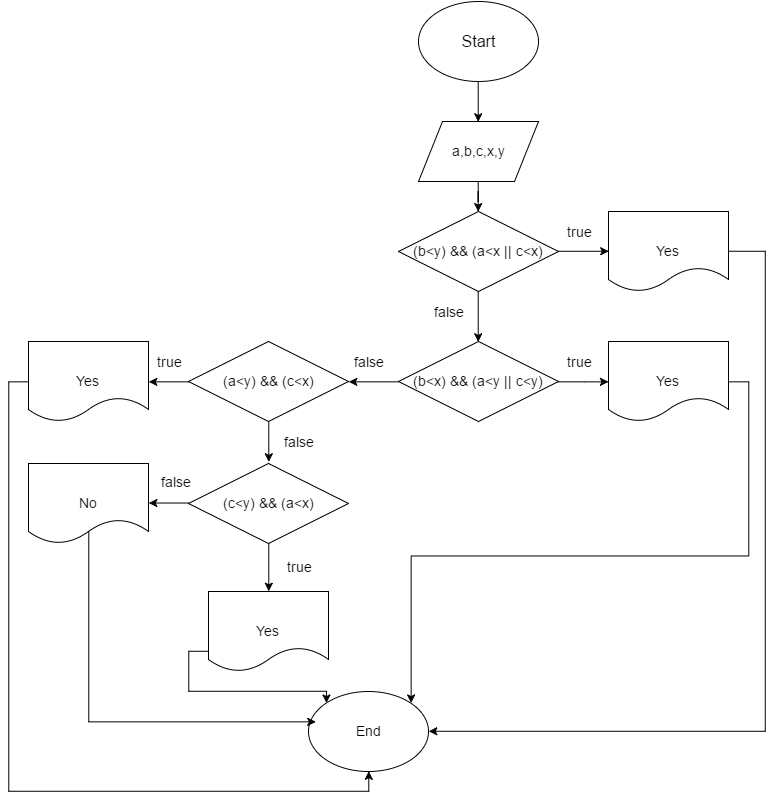
Above: fourth.png in LiM10/25.01.2017 (draw.io), before the change. Source tidied: cells renumbered, new cells last; positions are measured from the earlier drawing's top-left corner, leaving out a move shared by most shapes. Source of this version:
```xml
<mxGraphModel background="#ffffff">
  <root>
    <mxCell id="0" />
    <mxCell id="1" parent="0" />
    <mxCell id="2" style="edgeStyle=orthogonalEdgeStyle;rounded=0;html=1;exitX=0.5;exitY=1;entryX=0.5;entryY=0;jettySize=auto;fontSize=14;" parent="1" edge="1" source="3" target="5">
      <mxGeometry relative="1" as="geometry" />
    </mxCell>
    <mxCell id="3" value="&lt;font style=&quot;font-size: 16px&quot;&gt;Start&lt;/font&gt;" style="ellipse;whiteSpace=wrap;html=1;fontSize=14;" parent="1" vertex="1">
      <mxGeometry x="390" width="120" height="80" as="geometry" />
    </mxCell>
    <mxCell id="4" style="edgeStyle=orthogonalEdgeStyle;rounded=0;html=1;jettySize=auto;fontSize=14;" parent="1" edge="1" source="5" target="17">
      <mxGeometry relative="1" as="geometry" />
    </mxCell>
    <mxCell id="5" value="a,b,c,x,y" style="shape=parallelogram;whiteSpace=wrap;html=1;fontSize=14;" parent="1" vertex="1">
      <mxGeometry x="390" y="120" width="120" height="60" as="geometry" />
    </mxCell>
    <mxCell id="6" style="edgeStyle=orthogonalEdgeStyle;rounded=0;html=1;exitX=0;exitY=0.5;entryX=1;entryY=0.5;jettySize=auto;fontSize=14;" parent="1" edge="1" source="8" target="34">
      <mxGeometry relative="1" as="geometry" />
    </mxCell>
    <mxCell id="7" style="edgeStyle=orthogonalEdgeStyle;rounded=0;html=1;exitX=0.5;exitY=1;entryX=0.5;entryY=0;jettySize=auto;fontSize=14;" parent="1" edge="1" source="8" target="32">
      <mxGeometry relative="1" as="geometry" />
    </mxCell>
    <mxCell id="8" value="(c&amp;lt;y) &amp;amp;&amp;amp; (a&amp;lt;x)" style="rhombus;whiteSpace=wrap;html=1;fontSize=14;" parent="1" vertex="1">
      <mxGeometry x="160" y="462" width="160" height="80" as="geometry" />
    </mxCell>
    <mxCell id="9" style="edgeStyle=orthogonalEdgeStyle;rounded=0;html=1;exitX=0.5;exitY=1;jettySize=auto;fontSize=14;" parent="1" edge="1" source="11">
      <mxGeometry relative="1" as="geometry">
        <mxPoint x="240" y="460" as="targetPoint" />
      </mxGeometry>
    </mxCell>
    <mxCell id="10" style="edgeStyle=orthogonalEdgeStyle;rounded=0;html=1;exitX=0;exitY=0.5;entryX=1;entryY=0.5;jettySize=auto;fontSize=14;" parent="1" edge="1" source="11" target="30">
      <mxGeometry relative="1" as="geometry" />
    </mxCell>
    <mxCell id="11" value="(a&amp;lt;y) &amp;amp;&amp;amp; (c&amp;lt;x)" style="rhombus;whiteSpace=wrap;html=1;fontSize=14;" parent="1" vertex="1">
      <mxGeometry x="160" y="340" width="160" height="80" as="geometry" />
    </mxCell>
    <mxCell id="12" style="edgeStyle=orthogonalEdgeStyle;rounded=0;html=1;exitX=1;exitY=0.5;jettySize=auto;fontSize=14;" parent="1" edge="1" source="14" target="21">
      <mxGeometry relative="1" as="geometry" />
    </mxCell>
    <mxCell id="13" style="edgeStyle=orthogonalEdgeStyle;rounded=0;html=1;exitX=0;exitY=0.5;entryX=1;entryY=0.5;jettySize=auto;fontSize=14;" parent="1" edge="1" source="14" target="11">
      <mxGeometry relative="1" as="geometry" />
    </mxCell>
    <mxCell id="14" value="(b&amp;lt;x) &amp;amp;&amp;amp; (a&amp;lt;y || c&amp;lt;y)" style="rhombus;whiteSpace=wrap;html=1;fontSize=14;" parent="1" vertex="1">
      <mxGeometry x="370" y="340" width="160" height="80" as="geometry" />
    </mxCell>
    <mxCell id="15" style="edgeStyle=orthogonalEdgeStyle;rounded=0;html=1;exitX=0.5;exitY=1;entryX=0.5;entryY=0;jettySize=auto;fontSize=14;" parent="1" edge="1" source="17" target="14">
      <mxGeometry relative="1" as="geometry" />
    </mxCell>
    <mxCell id="16" style="edgeStyle=orthogonalEdgeStyle;rounded=0;html=1;exitX=1;exitY=0.5;entryX=0;entryY=0.5;jettySize=auto;fontSize=14;" parent="1" edge="1" source="17" target="19">
      <mxGeometry relative="1" as="geometry" />
    </mxCell>
    <mxCell id="17" value="(b&amp;lt;y) &amp;amp;&amp;amp; (a&amp;lt;x || c&amp;lt;x)" style="rhombus;whiteSpace=wrap;html=1;fontSize=14;" parent="1" vertex="1">
      <mxGeometry x="370" y="210" width="160" height="80" as="geometry" />
    </mxCell>
    <mxCell id="18" style="edgeStyle=orthogonalEdgeStyle;rounded=0;html=1;exitX=1;exitY=0.5;entryX=1;entryY=0.5;jettySize=auto;fontSize=14;" parent="1" edge="1" source="19" target="28">
      <mxGeometry relative="1" as="geometry">
        <Array as="points">
          <mxPoint x="737" y="250" />
          <mxPoint x="737" y="730" />
        </Array>
      </mxGeometry>
    </mxCell>
    <mxCell id="19" value="Yes" style="shape=document;whiteSpace=wrap;html=1;fontSize=14;" parent="1" vertex="1">
      <mxGeometry x="580" y="210" width="120" height="80" as="geometry" />
    </mxCell>
    <mxCell id="20" style="edgeStyle=orthogonalEdgeStyle;rounded=0;html=1;exitX=1;exitY=0.5;entryX=1;entryY=0;jettySize=auto;fontSize=14;" parent="1" edge="1" source="21" target="28">
      <mxGeometry relative="1" as="geometry" />
    </mxCell>
    <mxCell id="21" value="Yes" style="shape=document;whiteSpace=wrap;html=1;fontSize=14;" parent="1" vertex="1">
      <mxGeometry x="580" y="340" width="120" height="80" as="geometry" />
    </mxCell>
    <mxCell id="22" value="true" style="text;html=1;strokeColor=none;fillColor=none;align=center;verticalAlign=middle;whiteSpace=wrap;fontSize=14;" parent="1" vertex="1">
      <mxGeometry x="530" y="220" width="40" height="20" as="geometry" />
    </mxCell>
    <mxCell id="23" value="true" style="text;html=1;strokeColor=none;fillColor=none;align=center;verticalAlign=middle;whiteSpace=wrap;fontSize=14;" parent="1" vertex="1">
      <mxGeometry x="530" y="350" width="40" height="20" as="geometry" />
    </mxCell>
    <mxCell id="24" value="true" style="text;html=1;strokeColor=none;fillColor=none;align=center;verticalAlign=middle;whiteSpace=wrap;fontSize=14;" parent="1" vertex="1">
      <mxGeometry x="120" y="350" width="40" height="20" as="geometry" />
    </mxCell>
    <mxCell id="25" value="false" style="text;html=1;strokeColor=none;fillColor=none;align=center;verticalAlign=middle;whiteSpace=wrap;fontSize=14;" parent="1" vertex="1">
      <mxGeometry x="400" y="300" width="40" height="20" as="geometry" />
    </mxCell>
    <mxCell id="26" value="false" style="text;html=1;strokeColor=none;fillColor=none;align=center;verticalAlign=middle;whiteSpace=wrap;fontSize=14;" parent="1" vertex="1">
      <mxGeometry x="320" y="350" width="40" height="20" as="geometry" />
    </mxCell>
    <mxCell id="27" value="false" style="text;html=1;strokeColor=none;fillColor=none;align=center;verticalAlign=middle;whiteSpace=wrap;fontSize=14;" parent="1" vertex="1">
      <mxGeometry x="250" y="430" width="40" height="20" as="geometry" />
    </mxCell>
    <mxCell id="28" value="End" style="ellipse;whiteSpace=wrap;html=1;fontSize=14;" parent="1" vertex="1">
      <mxGeometry x="280" y="690" width="120" height="80" as="geometry" />
    </mxCell>
    <mxCell id="29" style="edgeStyle=orthogonalEdgeStyle;rounded=0;html=1;exitX=0;exitY=0.5;entryX=0.5;entryY=1;jettySize=auto;fontSize=14;" parent="1" edge="1" source="30" target="28">
      <mxGeometry relative="1" as="geometry" />
    </mxCell>
    <mxCell id="30" value="Yes" style="shape=document;whiteSpace=wrap;html=1;fontSize=14;" parent="1" vertex="1">
      <mxGeometry y="340" width="120" height="80" as="geometry" />
    </mxCell>
    <mxCell id="31" style="edgeStyle=orthogonalEdgeStyle;rounded=0;html=1;exitX=0;exitY=0.75;entryX=0;entryY=0;jettySize=auto;fontSize=14;" parent="1" edge="1" source="32" target="28">
      <mxGeometry relative="1" as="geometry">
        <Array as="points">
          <mxPoint x="160" y="650" />
          <mxPoint x="160" y="690" />
          <mxPoint x="298" y="690" />
        </Array>
      </mxGeometry>
    </mxCell>
    <mxCell id="32" value="Yes" style="shape=document;whiteSpace=wrap;html=1;fontSize=14;" parent="1" vertex="1">
      <mxGeometry x="180" y="590" width="120" height="80" as="geometry" />
    </mxCell>
    <mxCell id="33" style="edgeStyle=orthogonalEdgeStyle;rounded=0;html=1;exitX=0;exitY=0.75;jettySize=auto;fontSize=14;entryX=0.058;entryY=0.379;entryPerimeter=0;" parent="1" edge="1" source="34" target="28">
      <mxGeometry relative="1" as="geometry">
        <Array as="points">
          <mxPoint x="60" y="522" />
          <mxPoint x="60" y="720" />
        </Array>
      </mxGeometry>
    </mxCell>
    <mxCell id="34" value="No" style="shape=document;whiteSpace=wrap;html=1;fontSize=14;" parent="1" vertex="1">
      <mxGeometry y="462" width="120" height="80" as="geometry" />
    </mxCell>
    <mxCell id="35" value="true" style="text;html=1;strokeColor=none;fillColor=none;align=center;verticalAlign=middle;whiteSpace=wrap;fontSize=14;" parent="1" vertex="1">
      <mxGeometry x="250" y="555" width="40" height="20" as="geometry" />
    </mxCell>
    <mxCell id="36" value="false" style="text;html=1;strokeColor=none;fillColor=none;align=center;verticalAlign=middle;whiteSpace=wrap;fontSize=14;" parent="1" vertex="1">
      <mxGeometry x="127" y="470" width="40" height="20" as="geometry" />
    </mxCell>
    <mxCell id="37" style="edgeStyle=orthogonalEdgeStyle;rounded=0;html=1;exitX=1;exitY=0.75;entryX=1;entryY=0.75;jettySize=auto;orthogonalLoop=1;fontSize=14;" parent="1" edge="1" source="34" target="34">
      <mxGeometry relative="1" as="geometry" />
    </mxCell>
    <mxCell id="38" style="edgeStyle=orthogonalEdgeStyle;rounded=0;html=1;exitX=1;exitY=0.5;entryX=1;entryY=0.5;jettySize=auto;orthogonalLoop=1;fontSize=14;" parent="1" edge="1" source="32" target="32">
      <mxGeometry relative="1" as="geometry" />
    </mxCell>
  </root>
</mxGraphModel>
```
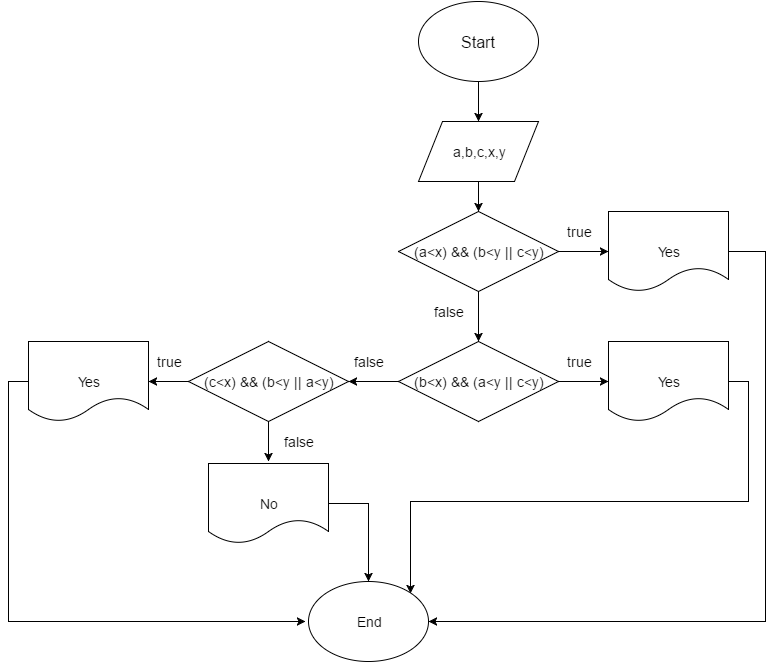
Later version of the same file.

Commit message:
new fourth task

Diff of the diagram source:
```diff
@@ -14,15 +14,6 @@
     <mxCell id="5" value="a,b,c,x,y" style="shape=parallelogram;whiteSpace=wrap;html=1;fontSize=14;" parent="1" vertex="1">
       <mxGeometry x="390" y="120" width="120" height="60" as="geometry" />
     </mxCell>
-    <mxCell id="6" style="edgeStyle=orthogonalEdgeStyle;rounded=0;html=1;exitX=0;exitY=0.5;entryX=1;entryY=0.5;jettySize=auto;fontSize=14;" parent="1" edge="1" source="8" target="34">
-      <mxGeometry relative="1" as="geometry" />
-    </mxCell>
-    <mxCell id="7" style="edgeStyle=orthogonalEdgeStyle;rounded=0;html=1;exitX=0.5;exitY=1;entryX=0.5;entryY=0;jettySize=auto;fontSize=14;" parent="1" edge="1" source="8" target="32">
-      <mxGeometry relative="1" as="geometry" />
-    </mxCell>
-    <mxCell id="8" value="(c&amp;lt;y) &amp;amp;&amp;amp; (a&amp;lt;x)" style="rhombus;whiteSpace=wrap;html=1;fontSize=14;" parent="1" vertex="1">
-      <mxGeometry x="160" y="462" width="160" height="80" as="geometry" />
-    </mxCell>
     <mxCell id="9" style="edgeStyle=orthogonalEdgeStyle;rounded=0;html=1;exitX=0.5;exitY=1;jettySize=auto;fontSize=14;" parent="1" edge="1" source="11">
       <mxGeometry relative="1" as="geometry">
         <mxPoint x="240" y="460" as="targetPoint" />
@@ -31,7 +22,7 @@
     <mxCell id="10" style="edgeStyle=orthogonalEdgeStyle;rounded=0;html=1;exitX=0;exitY=0.5;entryX=1;entryY=0.5;jettySize=auto;fontSize=14;" parent="1" edge="1" source="11" target="30">
       <mxGeometry relative="1" as="geometry" />
     </mxCell>
-    <mxCell id="11" value="(a&amp;lt;y) &amp;amp;&amp;amp; (c&amp;lt;x)" style="rhombus;whiteSpace=wrap;html=1;fontSize=14;" parent="1" vertex="1">
+    <mxCell id="11" value="(c&amp;lt;x) &amp;amp;&amp;amp; (b&amp;lt;y || a&amp;lt;y)" style="rhombus;whiteSpace=wrap;html=1;fontSize=14;" parent="1" vertex="1">
       <mxGeometry x="160" y="340" width="160" height="80" as="geometry" />
     </mxCell>
     <mxCell id="12" style="edgeStyle=orthogonalEdgeStyle;rounded=0;html=1;exitX=1;exitY=0.5;jettySize=auto;fontSize=14;" parent="1" edge="1" source="14" target="21">
@@ -49,14 +40,14 @@
     <mxCell id="16" style="edgeStyle=orthogonalEdgeStyle;rounded=0;html=1;exitX=1;exitY=0.5;entryX=0;entryY=0.5;jettySize=auto;fontSize=14;" parent="1" edge="1" source="17" target="19">
       <mxGeometry relative="1" as="geometry" />
     </mxCell>
-    <mxCell id="17" value="(b&amp;lt;y) &amp;amp;&amp;amp; (a&amp;lt;x || c&amp;lt;x)" style="rhombus;whiteSpace=wrap;html=1;fontSize=14;" parent="1" vertex="1">
+    <mxCell id="17" value="(a&amp;lt;x) &amp;amp;&amp;amp; (b&amp;lt;y || c&amp;lt;y)" style="rhombus;whiteSpace=wrap;html=1;fontSize=14;" parent="1" vertex="1">
       <mxGeometry x="370" y="210" width="160" height="80" as="geometry" />
     </mxCell>
     <mxCell id="18" style="edgeStyle=orthogonalEdgeStyle;rounded=0;html=1;exitX=1;exitY=0.5;entryX=1;entryY=0.5;jettySize=auto;fontSize=14;" parent="1" edge="1" source="19" target="28">
       <mxGeometry relative="1" as="geometry">
         <Array as="points">
           <mxPoint x="737" y="250" />
-          <mxPoint x="737" y="730" />
+          <mxPoint x="737" y="620" />
         </Array>
       </mxGeometry>
     </mxCell>
@@ -88,48 +79,34 @@
       <mxGeometry x="250" y="430" width="40" height="20" as="geometry" />
     </mxCell>
     <mxCell id="28" value="End" style="ellipse;whiteSpace=wrap;html=1;fontSize=14;" parent="1" vertex="1">
-      <mxGeometry x="280" y="690" width="120" height="80" as="geometry" />
+      <mxGeometry x="280" y="580" width="120" height="80" as="geometry" />
     </mxCell>
-    <mxCell id="29" style="edgeStyle=orthogonalEdgeStyle;rounded=0;html=1;exitX=0;exitY=0.5;entryX=0.5;entryY=1;jettySize=auto;fontSize=14;" parent="1" edge="1" source="30" target="28">
-      <mxGeometry relative="1" as="geometry" />
+    <mxCell id="29" style="edgeStyle=orthogonalEdgeStyle;rounded=0;html=1;exitX=0;exitY=0.5;jettySize=auto;fontSize=14;" parent="1" edge="1" source="30">
+      <mxGeometry relative="1" as="geometry">
+        <mxPoint x="277" y="620" as="targetPoint" />
+        <Array as="points">
+          <mxPoint x="-20" y="380" />
+          <mxPoint x="-20" y="620" />
+        </Array>
+      </mxGeometry>
     </mxCell>
     <mxCell id="30" value="Yes" style="shape=document;whiteSpace=wrap;html=1;fontSize=14;" parent="1" vertex="1">
       <mxGeometry y="340" width="120" height="80" as="geometry" />
     </mxCell>
-    <mxCell id="31" style="edgeStyle=orthogonalEdgeStyle;rounded=0;html=1;exitX=0;exitY=0.75;entryX=0;entryY=0;jettySize=auto;fontSize=14;" parent="1" edge="1" source="32" target="28">
-      <mxGeometry relative="1" as="geometry">
-        <Array as="points">
-          <mxPoint x="160" y="650" />
-          <mxPoint x="160" y="690" />
-          <mxPoint x="298" y="690" />
-        </Array>
-      </mxGeometry>
-    </mxCell>
-    <mxCell id="32" value="Yes" style="shape=document;whiteSpace=wrap;html=1;fontSize=14;" parent="1" vertex="1">
-      <mxGeometry x="180" y="590" width="120" height="80" as="geometry" />
-    </mxCell>
-    <mxCell id="33" style="edgeStyle=orthogonalEdgeStyle;rounded=0;html=1;exitX=0;exitY=0.75;jettySize=auto;fontSize=14;entryX=0.058;entryY=0.379;entryPerimeter=0;" parent="1" edge="1" source="34" target="28">
-      <mxGeometry relative="1" as="geometry">
-        <Array as="points">
-          <mxPoint x="60" y="522" />
-          <mxPoint x="60" y="720" />
-        </Array>
-      </mxGeometry>
+    <mxCell id="33" style="edgeStyle=orthogonalEdgeStyle;rounded=0;html=1;exitX=1;exitY=0.5;entryX=0.5;entryY=0;jettySize=auto;fontSize=14;" parent="1" edge="1" source="34" target="28">
+      <mxGeometry relative="1" as="geometry" />
     </mxCell>
     <mxCell id="34" value="No" style="shape=document;whiteSpace=wrap;html=1;fontSize=14;" parent="1" vertex="1">
-      <mxGeometry y="462" width="120" height="80" as="geometry" />
+      <mxGeometry x="180" y="462" width="120" height="80" as="geometry" />
     </mxCell>
-    <mxCell id="35" value="true" style="text;html=1;strokeColor=none;fillColor=none;align=center;verticalAlign=middle;whiteSpace=wrap;fontSize=14;" parent="1" vertex="1">
-      <mxGeometry x="250" y="555" width="40" height="20" as="geometry" />
-    </mxCell>
-    <mxCell id="36" value="false" style="text;html=1;strokeColor=none;fillColor=none;align=center;verticalAlign=middle;whiteSpace=wrap;fontSize=14;" parent="1" vertex="1">
-      <mxGeometry x="127" y="470" width="40" height="20" as="geometry" />
-    </mxCell>
     <mxCell id="37" style="edgeStyle=orthogonalEdgeStyle;rounded=0;html=1;exitX=1;exitY=0.75;entryX=1;entryY=0.75;jettySize=auto;orthogonalLoop=1;fontSize=14;" parent="1" edge="1" source="34" target="34">
       <mxGeometry relative="1" as="geometry" />
     </mxCell>
-    <mxCell id="38" style="edgeStyle=orthogonalEdgeStyle;rounded=0;html=1;exitX=1;exitY=0.5;entryX=1;entryY=0.5;jettySize=auto;orthogonalLoop=1;fontSize=14;" parent="1" edge="1" source="32" target="32">
-      <mxGeometry relative="1" as="geometry" />
+    <mxCell id="38" style="edgeStyle=orthogonalEdgeStyle;rounded=0;html=1;exitX=1;exitY=0.5;entryX=1;entryY=0.5;jettySize=auto;orthogonalLoop=1;fontSize=14;" parent="1" edge="1">
+      <mxGeometry relative="1" as="geometry">
+        <mxPoint x="300" y="630" as="sourcePoint" />
+        <mxPoint x="300" y="630" as="targetPoint" />
+      </mxGeometry>
     </mxCell>
   </root>
 </mxGraphModel>
```
